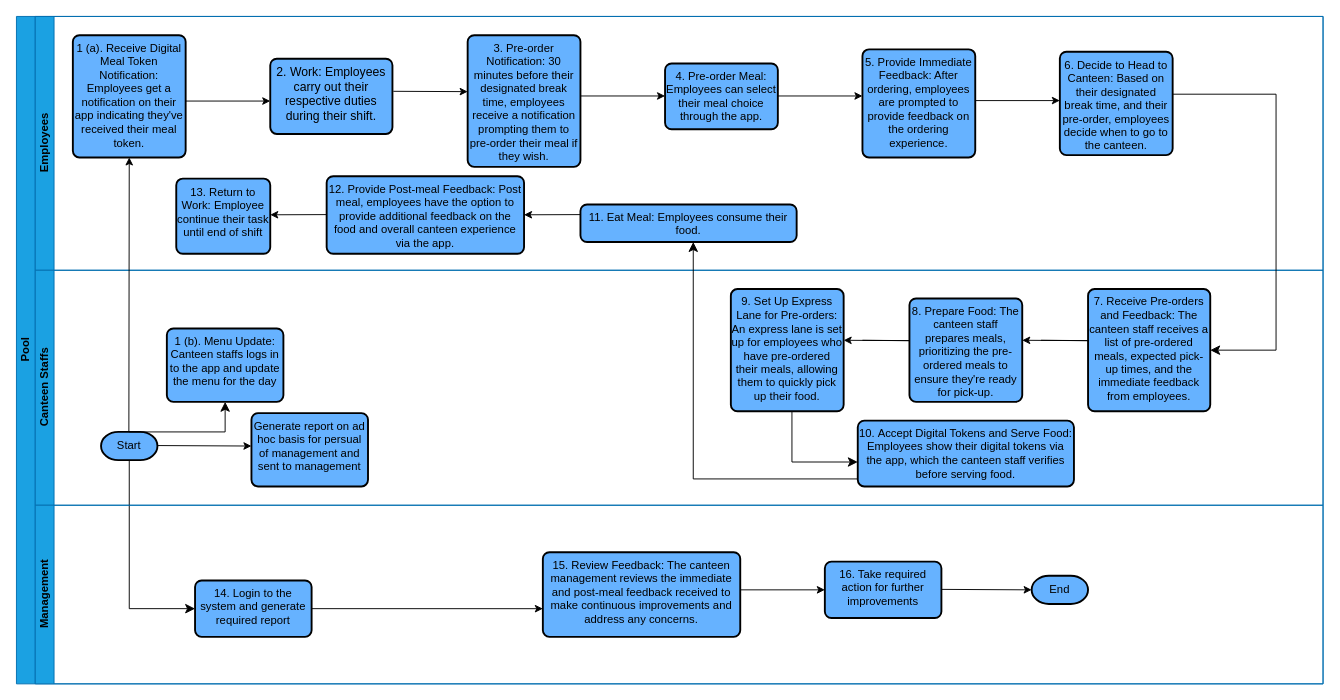
dboesono/Personal-Website keeps this draw.io diagram as page "Copy of Page-1" (2 of 2) of Untitled Diagram.drawio. Above is the earlier version. Source tidied: cells renumbered, new cells numbered last; positions are measured from the earlier drawing's top-left corner, leaving out a move shared by most shapes. Both pictures are drawn from the tidied source at 94%, with x=0, y=0 at pixel (16, 16).
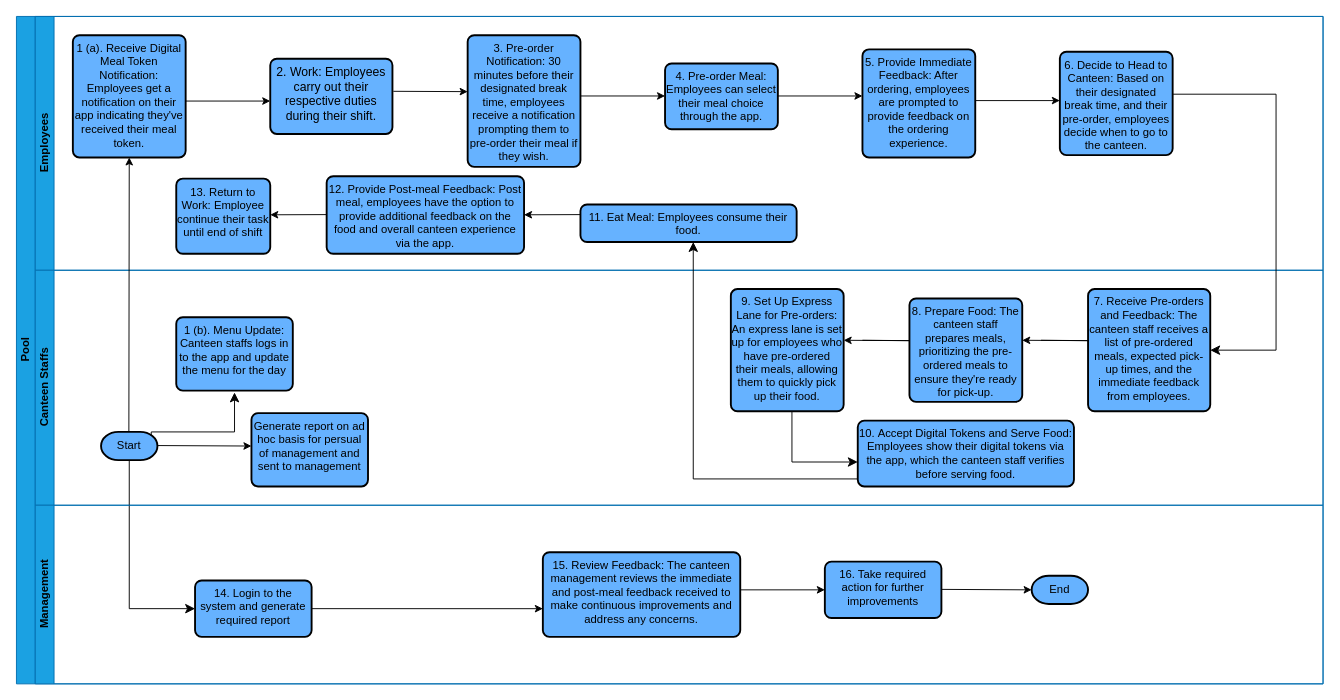
After the change.

The change refers to these unchanged cells:
```xml
<mxCell id="20" value="&lt;font color=&quot;#000000&quot;&gt;Canteen Staffs&lt;br&gt;&lt;/font&gt;" style="swimlane;html=1;startSize=20;horizontal=0;fontSize=12;fillColor=#1ba1e2;fontColor=#ffffff;strokeColor=#006EAF;" parent="2" vertex="1">
  <mxGeometry x="20" y="270" width="1370" height="250" as="geometry" />
</mxCell>
<mxCell id="21" value="Start" style="strokeWidth=2;html=1;shape=mxgraph.flowchart.terminator;whiteSpace=wrap;fillStyle=solid;fillColor=#66B2FF;" parent="20" vertex="1">
  <mxGeometry x="70" y="172" width="60" height="30" as="geometry" />
</mxCell>
```

Change to the diagram source:
```diff
@@
-    <mxCell id="22" style="edgeStyle=elbowEdgeStyle;elbow=vertical;endArrow=classic;html=1;curved=0;rounded=0;endSize=8;startSize=8;strokeColor=#000000;exitX=0.5;exitY=0;exitDx=0;exitDy=0;exitPerimeter=0;" parent="20" edge="1" source="21" target="23">
+    <mxCell id="22" style="edgeStyle=elbowEdgeStyle;elbow=vertical;endArrow=classic;html=1;curved=0;rounded=0;endSize=8;startSize=8;strokeColor=#000000;entryX=0.5;entryY=1;entryDx=0;entryDy=0;exitX=0.89;exitY=0.11;exitDx=0;exitDy=0;exitPerimeter=0;" parent="20" edge="1" source="21">
       <mxGeometry relative="1" as="geometry">
+        <mxPoint x="212" y="130" as="targetPoint" />
         <Array as="points">
-          <mxPoint x="130" y="172" />
-          <mxPoint x="80" y="222" />
+          <mxPoint x="140" y="172" />
+          <mxPoint x="90" y="222" />
         </Array>
       </mxGeometry>
     </mxCell>
     <mxCell id="23" value="&lt;font style=&quot;font-size: 12px;&quot;&gt;1 (b). Menu Update: Canteen staffs logs in to the app and update the menu for the day&lt;/font&gt;" style="rounded=1;whiteSpace=wrap;html=1;absoluteArcSize=1;arcSize=14;strokeWidth=2;align=center;horizontal=1;verticalAlign=top;fontSize=8;fillColor=#66B2FF;" parent="20" vertex="1">
-      <mxGeometry x="140" y="62" width="124" height="78" as="geometry" />
+      <mxGeometry x="150" y="50" width="124" height="78" as="geometry" />
     </mxCell>
```
